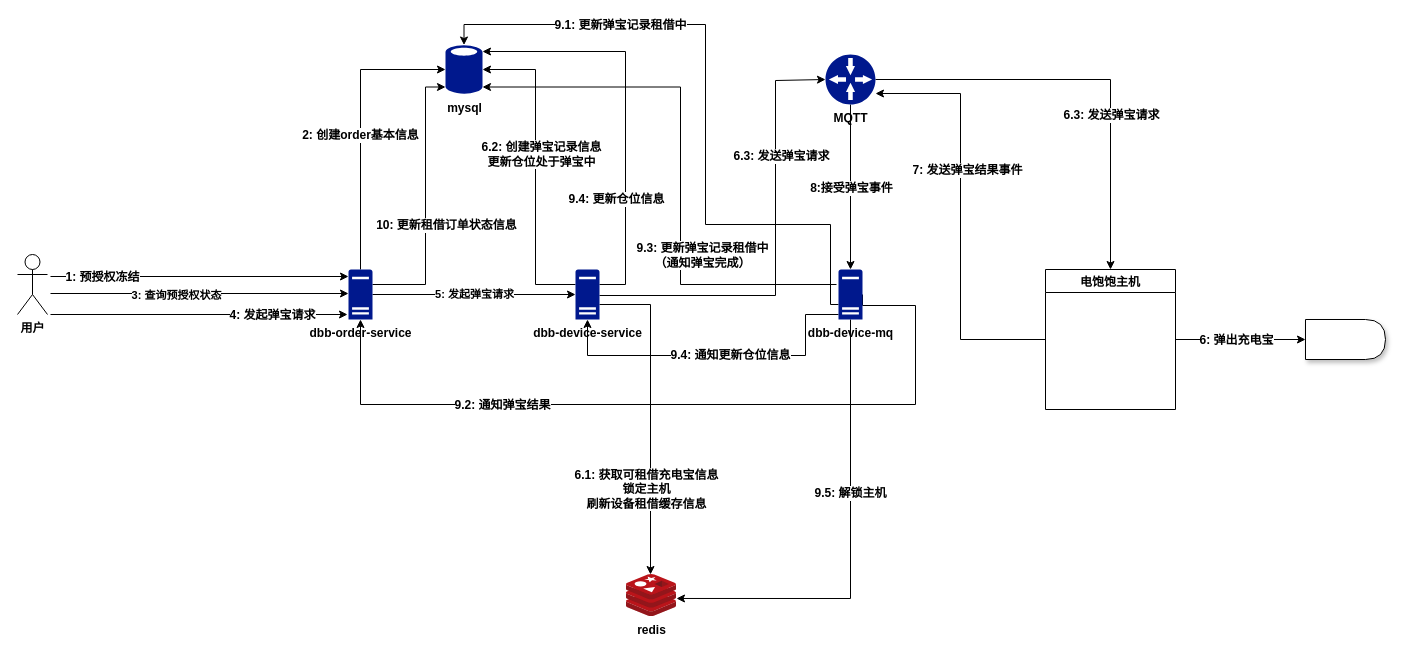
This is dbb work flow.drawio from unmurphy/markdown-photo, a draw.io file, before an edit. Source tidied: cells renumbered, new cells numbered last; positions are measured from the earlier drawing's top-left corner, leaving out a move shared by most shapes. Both pictures are drawn from the tidied source at 100%, with x=0, y=0 at pixel (17, 24).
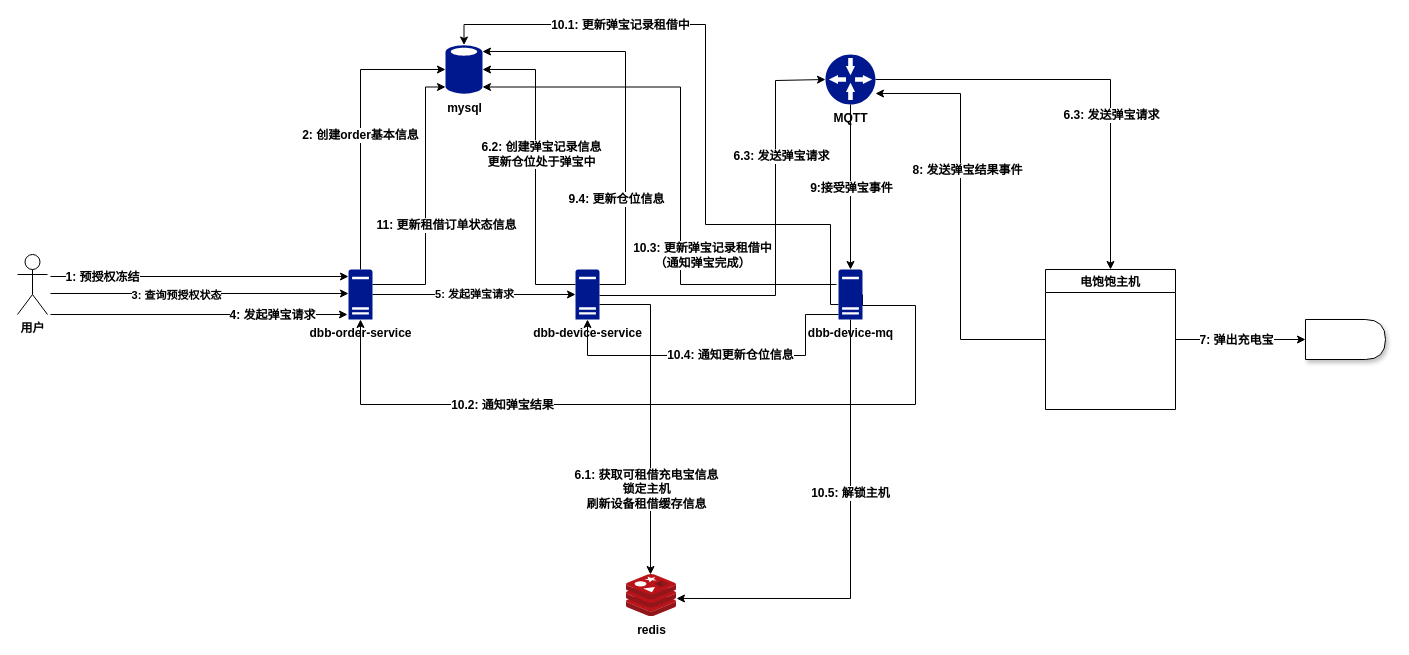
The same page after the edit.

The change refers to these unchanged cells:
```xml
<mxCell id="9" style="edgeStyle=orthogonalEdgeStyle;rounded=0;jettySize=auto;html=1;entryX=0;entryY=0.5;entryDx=0;entryDy=0;" parent="1" edge="1" source="13" target="38">
  <mxGeometry relative="1" as="geometry" />
</mxCell>
<mxCell id="11" style="edgeStyle=orthogonalEdgeStyle;rounded=0;jettySize=auto;html=1;entryX=1;entryY=0.78;entryDx=0;entryDy=0;entryPerimeter=0;" parent="1" edge="1" source="13" target="18">
  <mxGeometry relative="1" as="geometry" />
</mxCell>
<mxCell id="16" style="edgeStyle=orthogonalEdgeStyle;rounded=0;jettySize=auto;html=1;entryX=0.5;entryY=0;entryDx=0;entryDy=0;entryPerimeter=0;" parent="1" edge="1" source="18" target="47">
  <mxGeometry relative="1" as="geometry" />
</mxCell>
<mxCell id="22" style="edgeStyle=orthogonalEdgeStyle;rounded=0;jettySize=auto;html=1;entryX=0;entryY=0.85;entryDx=0;entryDy=0;entryPerimeter=0;" parent="1" edge="1" source="24" target="36">
  <mxGeometry relative="1" as="geometry">
    <Array as="points">
      <mxPoint x="408" y="260" />
      <mxPoint x="408" y="63" />
    </Array>
  </mxGeometry>
</mxCell>
<mxCell id="31" style="edgeStyle=orthogonalEdgeStyle;rounded=0;jettySize=auto;html=1;entryX=1;entryY=0.85;entryDx=0;entryDy=0;entryPerimeter=0;" parent="1" edge="1" target="36">
  <mxGeometry relative="1" as="geometry">
    <mxPoint x="819" y="260" as="sourcePoint" />
    <Array as="points">
      <mxPoint x="663" y="260" />
      <mxPoint x="663" y="63" />
    </Array>
  </mxGeometry>
</mxCell>
<mxCell id="39" style="edgeStyle=orthogonalEdgeStyle;rounded=0;jettySize=auto;html=1;entryX=0.5;entryY=0.01;entryDx=0;entryDy=0;entryPerimeter=0;" parent="1" edge="1" source="47" target="36">
  <mxGeometry relative="1" as="geometry">
    <Array as="points">
      <mxPoint x="813" y="280" />
      <mxPoint x="813" y="200" />
      <mxPoint x="688" y="200" />
      <mxPoint x="688" />
      <mxPoint x="447" />
    </Array>
  </mxGeometry>
</mxCell>
<mxCell id="41" style="edgeStyle=orthogonalEdgeStyle;rounded=0;jettySize=auto;html=1;entryX=0.5;entryY=1;entryDx=0;entryDy=0;entryPerimeter=0;exitX=1;exitY=0.5;exitDx=0;exitDy=0;exitPerimeter=0;" parent="1" edge="1" source="47" target="24">
  <mxGeometry relative="1" as="geometry">
    <Array as="points">
      <mxPoint x="845" y="281" />
      <mxPoint x="898" y="281" />
      <mxPoint x="898" y="380" />
      <mxPoint x="343" y="380" />
    </Array>
  </mxGeometry>
</mxCell>
<mxCell id="43" style="edgeStyle=orthogonalEdgeStyle;rounded=0;jettySize=auto;html=1;entryX=0.5;entryY=1;entryDx=0;entryDy=0;entryPerimeter=0;" parent="1" edge="1" source="47" target="35">
  <mxGeometry relative="1" as="geometry">
    <Array as="points">
      <mxPoint x="788" y="290" />
      <mxPoint x="788" y="331" />
      <mxPoint x="570" y="331" />
    </Array>
  </mxGeometry>
</mxCell>
<mxCell id="45" style="edgeStyle=orthogonalEdgeStyle;rounded=0;jettySize=auto;html=1;entryX=1;entryY=0.571;entryDx=0;entryDy=0;entryPerimeter=0;" parent="1" edge="1" source="47" target="37">
  <mxGeometry relative="1" as="geometry">
    <Array as="points">
      <mxPoint x="833" y="574" />
    </Array>
  </mxGeometry>
</mxCell>
```

The edit, as a diff of the source:
```diff
@@
-    <mxCell id="10" value="&lt;b&gt;6: 弹出充电宝&lt;/b&gt;" style="text;html=1;align=center;verticalAlign=middle;labelBackgroundColor=#ffffff;" parent="9" vertex="1">
+    <mxCell id="10" value="&lt;b&gt;7: 弹出充电宝&lt;/b&gt;" style="text;html=1;align=center;verticalAlign=middle;labelBackgroundColor=#ffffff;" parent="9" vertex="1">
       <mxGeometry x="-0.28" y="2" relative="1" as="geometry">
         <mxPoint x="13" y="2" as="offset" />
       </mxGeometry>
     </mxCell>
@@
-    <mxCell id="12" value="&lt;b&gt;7: 发送弹宝结果事件&lt;/b&gt;" style="text;html=1;align=center;verticalAlign=middle;labelBackgroundColor=#ffffff;" parent="11" vertex="1">
+    <mxCell id="12" value="&lt;b&gt;8: 发送弹宝结果事件&lt;/b&gt;" style="text;html=1;align=center;verticalAlign=middle;labelBackgroundColor=#ffffff;" parent="11" vertex="1">
       <mxGeometry x="0.09" y="-2" relative="1" as="geometry">
         <mxPoint x="4" y="-28" as="offset" />
       </mxGeometry>
     </mxCell>
@@
-    <mxCell id="17" value="&lt;span style=&quot;font-weight: 700&quot;&gt;8:接受弹宝事件&lt;/span&gt;" style="text;html=1;align=center;verticalAlign=middle;labelBackgroundColor=#ffffff;" parent="16" vertex="1">
+    <mxCell id="17" value="&lt;span style=&quot;font-weight: 700&quot;&gt;9:接受弹宝事件&lt;/span&gt;" style="text;html=1;align=center;verticalAlign=middle;labelBackgroundColor=#ffffff;" parent="16" vertex="1">
       <mxGeometry x="0.01" relative="1" as="geometry" />
     </mxCell>
@@
-    <mxCell id="23" value="&lt;b&gt;10: 更新租借订单状态信息&lt;/b&gt;" style="text;html=1;align=center;verticalAlign=middle;labelBackgroundColor=#ffffff;" parent="22" vertex="1">
+    <mxCell id="23" value="&lt;b&gt;11: 更新租借订单状态信息&lt;/b&gt;" style="text;html=1;align=center;verticalAlign=middle;labelBackgroundColor=#ffffff;" parent="22" vertex="1">
       <mxGeometry x="-0.12" relative="1" as="geometry">
         <mxPoint x="20" y="6" as="offset" />
       </mxGeometry>
     </mxCell>
@@
-    <mxCell id="32" value="9.3: 更新弹宝记录租借中&lt;br&gt;（通知弹宝完成）" style="text;html=1;align=center;verticalAlign=middle;labelBackgroundColor=#ffffff;fontStyle=1;" parent="31" vertex="1">
+    <mxCell id="32" value="10.3: 更新弹宝记录租借中&lt;br&gt;（通知弹宝完成）" style="text;html=1;align=center;verticalAlign=middle;labelBackgroundColor=#ffffff;fontStyle=1;" parent="31" vertex="1">
       <mxGeometry x="-0.6" relative="1" as="geometry">
         <mxPoint x="-25" y="-30" as="offset" />
       </mxGeometry>
     </mxCell>
@@
-    <mxCell id="40" value="&lt;b&gt;9.1: 更新弹宝记录租借中&lt;/b&gt;" style="text;html=1;align=center;verticalAlign=middle;labelBackgroundColor=#ffffff;" parent="39" vertex="1">
+    <mxCell id="40" value="&lt;b&gt;10.1: 更新弹宝记录租借中&lt;/b&gt;" style="text;html=1;align=center;verticalAlign=middle;labelBackgroundColor=#ffffff;" parent="39" vertex="1">
       <mxGeometry x="0.56" y="-1" relative="1" as="geometry">
         <mxPoint x="28" y="1" as="offset" />
       </mxGeometry>
     </mxCell>
@@
-    <mxCell id="42" value="&lt;b&gt;9.2: 通知弹宝结果&lt;/b&gt;" style="text;html=1;align=center;verticalAlign=middle;labelBackgroundColor=#ffffff;" parent="41" vertex="1">
+    <mxCell id="42" value="&lt;b&gt;10.2: 通知弹宝结果&lt;/b&gt;" style="text;html=1;align=center;verticalAlign=middle;labelBackgroundColor=#ffffff;" parent="41" vertex="1">
       <mxGeometry x="0.02" y="1" relative="1" as="geometry">
         <mxPoint x="-167" y="-1" as="offset" />
       </mxGeometry>
     </mxCell>
@@
-    <mxCell id="44" value="9.4: 通知更新仓位信息" style="text;html=1;align=center;verticalAlign=middle;labelBackgroundColor=#ffffff;fontStyle=1;" parent="43" vertex="1">
+    <mxCell id="44" value="10.4: 通知更新仓位信息" style="text;html=1;align=center;verticalAlign=middle;labelBackgroundColor=#ffffff;fontStyle=1;" parent="43" vertex="1">
       <mxGeometry x="0.08" relative="1" as="geometry">
         <mxPoint x="27" y="-1" as="offset" />
       </mxGeometry>
     </mxCell>
@@
-    <mxCell id="46" value="9.5:&amp;nbsp;解锁主机" style="text;html=1;align=center;verticalAlign=middle;labelBackgroundColor=#ffffff;fontStyle=1;" parent="45" vertex="1">
+    <mxCell id="46" value="10.5:&amp;nbsp;解锁主机" style="text;html=1;align=center;verticalAlign=middle;labelBackgroundColor=#ffffff;fontStyle=1;" parent="45" vertex="1">
       <mxGeometry x="0.22" y="-1" relative="1" as="geometry">
         <mxPoint y="-103" as="offset" />
       </mxGeometry>
     </mxCell>
```
